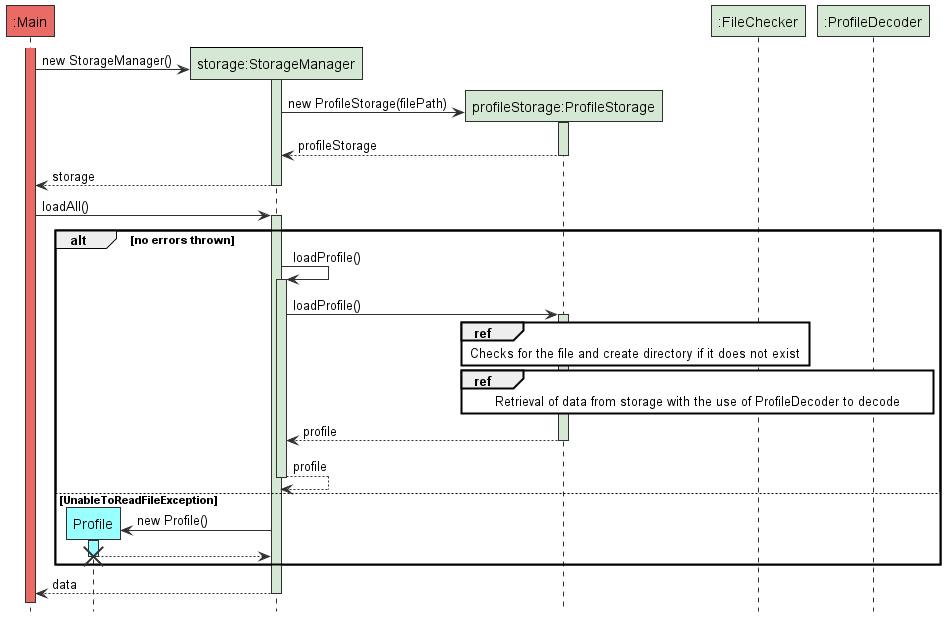
Before: docs/images/StorageManagerLoadSequenceDiagram.png, a diagram exported from PlantUML (tryyang2001/tp). Its source is kept beside it as docs/diagrams/StorageManagerLoadSequenceDiagram.puml.
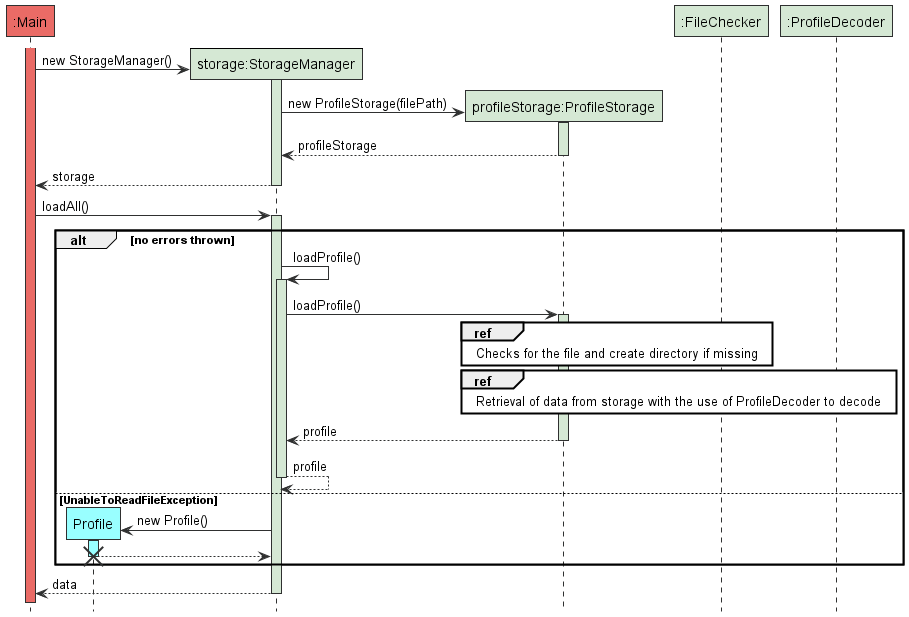
After the commit.

Diff of the diagram source:
```diff
@@ -33,7 +33,7 @@
         participant ":FileChecker" As FileChecker STORAGE_COLOUR
         participant ":ProfileDecoder" As ProfileDecoder STORAGE_COLOUR
         ref over ProfileStorage, FileChecker
-            Checks for the file and create directory if it does not exist
+            Checks for the file and create directory if missing
         end ref
         ref over ProfileStorage, ProfileDecoder
             Retrieval of data from storage with the use of ProfileDecoder to decode
```
